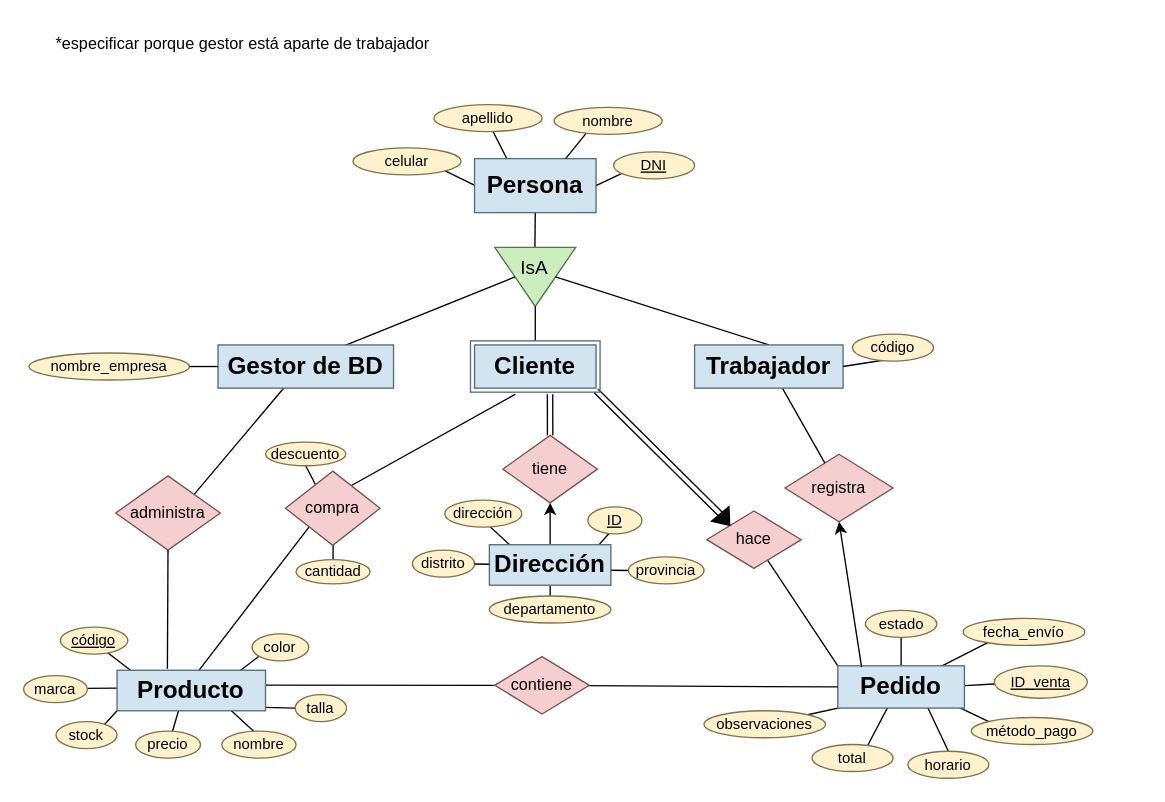
The draw.io diagram Diagrama sin título.drawio in flaqq0/yoc, before the edit. Source tidied: cells renumbered, new cells numbered last; positions are measured from the earlier drawing's top-left corner, leaving out a move shared by most shapes. Both pictures are drawn from the tidied source at 135%, with x=0, y=0 at pixel (23, 23).
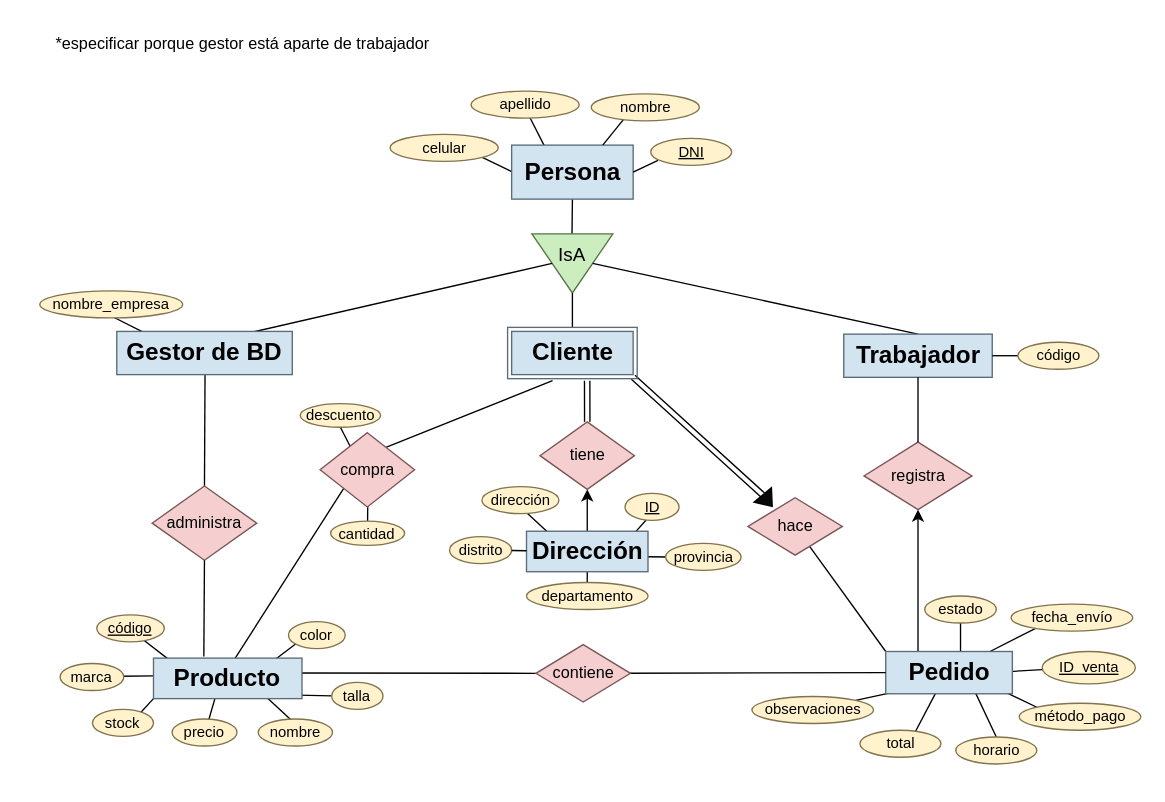
The same diagram, later.

Unchanged cells that the change refers to:
```xml
<mxCell id="58" value="&lt;span style=&quot;font-size: 18px;&quot;&gt;&lt;b&gt;Pedido&lt;/b&gt;&lt;/span&gt;" style="rounded=0;whiteSpace=wrap;html=1;fillColor=#d2e4f0;strokeColor=#5a6c78;shadow=0;" parent="57" vertex="1">
  <mxGeometry x="3.1" y="2.3" width="93.8" height="31.3" as="geometry" />
</mxCell>
```

What changed in the source:
```diff
@@
+    <mxCell id="91" style="endArrow=classic;html=1;rounded=0;entryX=0.5;entryY=1;entryDx=0;entryDy=0;" parent="1" edge="1" target="47">
+      <mxGeometry relative="1" as="geometry">
+        <mxPoint x="662.5" y="465" as="sourcePoint" />
+      </mxGeometry>
+    </mxCell>
+    <mxCell id="54" style="endArrow=none;html=1;rounded=0;entryX=0.482;entryY=0.883;entryDx=0;entryDy=0;exitX=0.173;exitY=0.063;exitDx=0;exitDy=0;entryPerimeter=0;exitPerimeter=0;" parent="1" edge="1" source="43" target="53">
+      <mxGeometry relative="1" as="geometry" />
+    </mxCell>
-    <mxCell id="2" style="endArrow=none;html=1;rounded=0;exitX=1;exitY=0;exitDx=0;exitDy=0;entryX=0.4;entryY=0.875;entryDx=0;entryDy=0;entryPerimeter=0;" parent="1" edge="1" source="45" target="43">
+    <mxCell id="2" style="endArrow=none;html=1;rounded=0;exitX=0.5;exitY=0;exitDx=0;exitDy=0;entryX=0.503;entryY=0.927;entryDx=0;entryDy=0;entryPerimeter=0;" parent="1" edge="1" source="45" target="43">
       <mxGeometry relative="1" as="geometry" />
     </mxCell>
@@
-    <mxCell id="18" style="endArrow=none;html=1;rounded=0;exitX=0.5;exitY=0;exitDx=0;exitDy=0;entryX=0.5;entryY=1;entryDx=0;entryDy=0;" parent="1" edge="1" source="58" target="68">
-      <mxGeometry relative="1" as="geometry" />
+    <mxCell id="18" style="endArrow=none;html=1;rounded=0;exitX=0.5;exitY=0;exitDx=0;exitDy=0;entryX=0.5;entryY=1;entryDx=0;entryDy=0;" parent="1" edge="1" target="68">
+      <mxGeometry relative="1" as="geometry">
+        <mxPoint x="694" y="465.1" as="sourcePoint" />
+      </mxGeometry>
     </mxCell>
@@
     <mxCell id="31" value="&lt;font style=&quot;font-size: 18px;&quot;&gt;&lt;b&gt;Persona&lt;/b&gt;&lt;/font&gt;" style="rounded=0;whiteSpace=wrap;html=1;fillColor=#d2e4f0;strokeColor=#5a6c78;shadow=0;" parent="1" vertex="1">
-      <mxGeometry x="334" y="100" width="90" height="40" as="geometry" />
+      <mxGeometry x="361.5" y="90" width="90" height="40" as="geometry" />
     </mxCell>
@@
     <mxCell id="33" value="&lt;u&gt;&lt;font style=&quot;font-size: 11px;&quot;&gt;DNI&lt;/font&gt;&lt;/u&gt;" style="ellipse;whiteSpace=wrap;html=1;fillColor=#FFF2CC;strokeColor=#80734D;" parent="1" vertex="1">
-      <mxGeometry x="437" y="95" width="60" height="20" as="geometry" />
+      <mxGeometry x="464.5" y="85" width="60" height="20" as="geometry" />
     </mxCell>
     <mxCell id="34" value="&lt;font style=&quot;font-size: 11px;&quot;&gt;celular&lt;/font&gt;" style="ellipse;whiteSpace=wrap;html=1;fillColor=#fff2cc;strokeColor=#80734d;" parent="1" vertex="1">
-      <mxGeometry x="244" y="92" width="80" height="20" as="geometry" />
+      <mxGeometry x="271.5" y="82" width="80" height="20" as="geometry" />
     </mxCell>
@@
     <mxCell id="36" value="&lt;font style=&quot;font-size: 11px;&quot;&gt;nombre&lt;/font&gt;" style="ellipse;whiteSpace=wrap;html=1;fillColor=#FFF2CC;strokeColor=#80734D;" parent="1" vertex="1">
-      <mxGeometry x="393" y="62" width="80" height="20" as="geometry" />
+      <mxGeometry x="420.5" y="52" width="80" height="20" as="geometry" />
     </mxCell>
     <mxCell id="37" value="&lt;font style=&quot;font-size: 11px;&quot;&gt;apellido&lt;/font&gt;" style="ellipse;whiteSpace=wrap;html=1;fillColor=#FFF2CC;strokeColor=#80734D;" parent="1" vertex="1">
-      <mxGeometry x="304" y="60" width="80" height="20" as="geometry" />
+      <mxGeometry x="331.5" y="50" width="80" height="20" as="geometry" />
     </mxCell>
     <mxCell id="38" style="triangle;whiteSpace=wrap;html=1;rotation=90;fillColor=#ccedbe;strokeColor=#557748;" parent="1" vertex="1">
-      <mxGeometry x="357.1" y="157.6" width="43.8" height="60" as="geometry" />
+      <mxGeometry x="384.6" y="147.6" width="43.8" height="60" as="geometry" />
     </mxCell>
     <mxCell id="39" value="&lt;font style=&quot;font-size: 14px;&quot;&gt;IsA&lt;/font&gt;" style="text;html=1;align=center;verticalAlign=middle;strokeColor=none;fillColor=none;" parent="1" vertex="1">
-      <mxGeometry x="358" y="166" width="40" height="30" as="geometry" />
+      <mxGeometry x="385.5" y="156" width="40" height="30" as="geometry" />
     </mxCell>
@@
     <mxCell id="43" value="&lt;font style=&quot;font-size: 18px;&quot;&gt;&lt;b&gt;Gestor de BD&lt;/b&gt;&lt;/font&gt;" style="rounded=0;whiteSpace=wrap;html=1;fillColor=#d2e4f0;strokeColor=#5a6c78;shadow=0;" parent="1" vertex="1">
-      <mxGeometry x="144" y="238" width="130" height="32" as="geometry" />
+      <mxGeometry x="69" y="228" width="130" height="32" as="geometry" />
     </mxCell>
     <mxCell id="44" value="&lt;span style=&quot;font-size: 18px;&quot;&gt;&lt;b&gt;Trabajador&lt;/b&gt;&lt;/span&gt;" style="rounded=0;whiteSpace=wrap;html=1;fillColor=#d2e4f0;strokeColor=#5a6c78;shadow=0;" parent="1" vertex="1">
-      <mxGeometry x="497" y="238" width="110" height="32" as="geometry" />
+      <mxGeometry x="607.5" y="230" width="110" height="32" as="geometry" />
     </mxCell>
     <mxCell id="45" value="administra" style="rhombus;whiteSpace=wrap;html=1;fillColor=#F5CFCF;strokeColor=#7B5555;" parent="1" vertex="1">
-      <mxGeometry x="68.2" y="335" width="77.5" height="55" as="geometry" />
+      <mxGeometry x="95.2" y="342.5" width="77.5" height="55" as="geometry" />
     </mxCell>
     <mxCell id="46" value="compra" style="rhombus;whiteSpace=wrap;html=1;fillColor=#F5CFCF;strokeColor=#7B5555;" parent="1" vertex="1">
-      <mxGeometry x="194" y="331.5" width="70" height="55" as="geometry" />
+      <mxGeometry x="219.6" y="303" width="70" height="55" as="geometry" />
     </mxCell>
     <mxCell id="47" value="registra" style="rhombus;whiteSpace=wrap;html=1;fillColor=#F5CFCF;strokeColor=#7B5555;" parent="1" vertex="1">
-      <mxGeometry x="564" y="319" width="80" height="50" as="geometry" />
+      <mxGeometry x="622.5" y="310" width="80" height="50" as="geometry" />
     </mxCell>
     <mxCell id="48" value="tiene" style="rhombus;whiteSpace=wrap;html=1;fillColor=#F5CFCF;strokeColor=#7B5555;" parent="1" vertex="1">
-      <mxGeometry x="355" y="305" width="70" height="50" as="geometry" />
+      <mxGeometry x="382.5" y="295" width="70" height="50" as="geometry" />
     </mxCell>
     <mxCell id="49" value="&lt;font style=&quot;font-size: 18px;&quot;&gt;&lt;b&gt;Producto&lt;/b&gt;&lt;/font&gt;" style="rounded=0;whiteSpace=wrap;html=1;fillColor=#d2e4f0;strokeColor=#5a6c78;shadow=0;" parent="1" vertex="1">
-      <mxGeometry x="69.2" y="479" width="110" height="30" as="geometry" />
+      <mxGeometry x="96.2" y="470" width="110" height="30" as="geometry" />
     </mxCell>
@@
     <mxCell id="51" value="&lt;font style=&quot;font-size: 18px;&quot;&gt;&lt;b&gt;Dirección&lt;/b&gt;&lt;/font&gt;" style="rounded=0;whiteSpace=wrap;html=1;fillColor=#d2e4f0;strokeColor=#5a6c78;shadow=0;" parent="1" vertex="1">
-      <mxGeometry x="345" y="386" width="90" height="30" as="geometry" />
+      <mxGeometry x="372.5" y="376" width="90" height="30" as="geometry" />
     </mxCell>
-    <mxCell id="52" style="endArrow=none;html=1;rounded=0;exitX=1;exitY=0.5;exitDx=0;exitDy=0;entryX=0.415;entryY=0.948;entryDx=0;entryDy=0;entryPerimeter=0;" parent="1" edge="1" source="44" target="62">
+    <mxCell id="52" style="endArrow=none;html=1;rounded=0;exitX=1;exitY=0.5;exitDx=0;exitDy=0;" parent="1" edge="1" source="44" target="62">
       <mxGeometry relative="1" as="geometry" />
     </mxCell>
     <mxCell id="53" value="&lt;font style=&quot;font-size: 11px;&quot;&gt;nombre_empresa&lt;/font&gt;" style="ellipse;whiteSpace=wrap;html=1;fillColor=#FFF2CC;strokeColor=#80734D;" parent="1" vertex="1">
-      <mxGeometry x="4" y="244" width="118.8" height="20" as="geometry" />
+      <mxGeometry x="12" y="198" width="105.8" height="20" as="geometry" />
     </mxCell>
-    <mxCell id="54" style="endArrow=none;html=1;rounded=0;entryX=1;entryY=0.5;entryDx=0;entryDy=0;exitX=0;exitY=0.5;exitDx=0;exitDy=0;" parent="1" edge="1" source="43" target="53">
-      <mxGeometry relative="1" as="geometry" />
-    </mxCell>
@@
     <mxCell id="57" style="group;" parent="1" vertex="1">
-      <mxGeometry x="600" y="473.4" width="100" height="36" as="geometry" />
+      <mxGeometry x="635.5" y="462.8" width="100" height="36" as="geometry" />
     </mxCell>
@@
-    <mxCell id="59" style="endArrow=none;html=1;rounded=0;entryX=0.594;entryY=1.017;entryDx=0;entryDy=0;entryPerimeter=0;" parent="1" edge="1" source="47" target="44">
+    <mxCell id="59" style="endArrow=none;html=1;rounded=0;entryX=0.5;entryY=1;entryDx=0;entryDy=0;" parent="1" edge="1" source="47" target="44">
       <mxGeometry relative="1" as="geometry" />
     </mxCell>
     <mxCell id="60" value="&lt;font style=&quot;font-size: 11px;&quot;&gt;descuento&lt;/font&gt;" style="ellipse;whiteSpace=wrap;html=1;fillColor=#FFF2CC;strokeColor=#80734D;" parent="1" vertex="1">
-      <mxGeometry x="179.2" y="310" width="59.5" height="17.5" as="geometry" />
+      <mxGeometry x="204.9" y="281.5" width="59.5" height="17.5" as="geometry" />
     </mxCell>
     <mxCell id="61" value="&lt;font style=&quot;font-size: 11px;&quot;&gt;cantidad&lt;/font&gt;" style="ellipse;whiteSpace=wrap;html=1;fillColor=#FFF2CC;strokeColor=#80734D;" parent="1" vertex="1">
-      <mxGeometry x="201.8" y="397" width="54.8" height="18" as="geometry" />
+      <mxGeometry x="227.4" y="368.5" width="54.8" height="18" as="geometry" />
     </mxCell>
     <mxCell id="62" value="&lt;font style=&quot;font-size: 11px;&quot;&gt;código&lt;/font&gt;" style="ellipse;whiteSpace=wrap;html=1;fillColor=#FFF2CC;strokeColor=#80734D;" parent="1" vertex="1">
-      <mxGeometry x="614" y="230" width="60" height="20" as="geometry" />
+      <mxGeometry x="736.5" y="236" width="60" height="20" as="geometry" />
     </mxCell>
     <mxCell id="63" value="&lt;font style=&quot;font-size: 11px;&quot;&gt;método_pago&lt;/font&gt;" style="ellipse;whiteSpace=wrap;html=1;fillColor=#FFF2CC;strokeColor=#80734D;" parent="1" vertex="1">
-      <mxGeometry x="702" y="514" width="90" height="20" as="geometry" />
+      <mxGeometry x="737.5" y="503.4" width="90" height="20" as="geometry" />
     </mxCell>
     <mxCell id="64" style="group;" parent="1" vertex="1">
-      <mxGeometry x="331" y="235" width="96" height="38" as="geometry" />
+      <mxGeometry x="358.5" y="225" width="96" height="38" as="geometry" />
     </mxCell>
@@
     <mxCell id="67" value="&lt;font style=&quot;font-size: 12px;&quot;&gt;hace&lt;/font&gt;" style="rhombus;whiteSpace=wrap;html=1;fillColor=#F5CFCF;strokeColor=#7B5555;" parent="1" vertex="1">
-      <mxGeometry x="506" y="361" width="70" height="42.5" as="geometry" />
+      <mxGeometry x="536.5" y="351.2" width="70" height="42.5" as="geometry" />
     </mxCell>
     <mxCell id="68" value="&lt;font style=&quot;font-size: 11px;&quot;&gt;estado&lt;/font&gt;" style="ellipse;whiteSpace=wrap;html=1;fillColor=#FFF2CC;strokeColor=#80734D;" parent="1" vertex="1">
-      <mxGeometry x="623.5" y="434.6" width="53" height="20" as="geometry" />
+      <mxGeometry x="667.5" y="424" width="53" height="20" as="geometry" />
     </mxCell>
     <mxCell id="69" value="&lt;font style=&quot;font-size: 11px;&quot;&gt;ID_venta&lt;/font&gt;" style="ellipse;whiteSpace=wrap;html=1;fillColor=#FFF2CC;strokeColor=#80734D;fontStyle=4;" parent="1" vertex="1">
-      <mxGeometry x="719" y="475.7" width="69" height="24" as="geometry" />
+      <mxGeometry x="754.5" y="465.1" width="69" height="24" as="geometry" />
     </mxCell>
-    <mxCell id="70" style="endArrow=none;html=1;rounded=0;entryX=0;entryY=0.5;entryDx=0;entryDy=0;exitX=0.936;exitY=0.506;exitDx=0;exitDy=0;exitPerimeter=0;" parent="1" edge="1" source="71" target="58">
+    <mxCell id="70" style="endArrow=none;html=1;rounded=0;entryX=0;entryY=0.5;entryDx=0;entryDy=0;exitX=0.935;exitY=0.498;exitDx=0;exitDy=0;exitPerimeter=0;" parent="1" edge="1" source="71" target="58">
       <mxGeometry relative="1" as="geometry" />
     </mxCell>
     <mxCell id="71" value="&lt;font style=&quot;font-size: 12px;&quot;&gt;contiene&lt;/font&gt;" style="rhombus;whiteSpace=wrap;html=1;fillColor=#F5CFCF;strokeColor=#7B5555;" parent="1" vertex="1">
-      <mxGeometry x="349" y="468.9" width="70" height="42.5" as="geometry" />
+      <mxGeometry x="379.5" y="460" width="70" height="42.5" as="geometry" />
     </mxCell>
@@
     <mxCell id="73" value="&lt;font style=&quot;font-size: 11px;&quot;&gt;&lt;u&gt;ID&lt;/u&gt;&lt;/font&gt;" style="ellipse;whiteSpace=wrap;html=1;fillColor=#FFF2CC;strokeColor=#80734D;" parent="1" vertex="1">
-      <mxGeometry x="418" y="358" width="40" height="20" as="geometry" />
+      <mxGeometry x="445.5" y="348" width="40" height="20" as="geometry" />
     </mxCell>
@@
     <mxCell id="75" value="&lt;font style=&quot;font-size: 11px;&quot;&gt;departamento&lt;/font&gt;" style="ellipse;whiteSpace=wrap;html=1;fillColor=#FFF2CC;strokeColor=#80734D;" parent="1" vertex="1">
-      <mxGeometry x="345" y="424" width="90" height="20" as="geometry" />
+      <mxGeometry x="372.5" y="414" width="90" height="20" as="geometry" />
     </mxCell>
     <mxCell id="76" value="&lt;span style=&quot;font-size: 11px;&quot;&gt;provincia&lt;/span&gt;" style="ellipse;whiteSpace=wrap;html=1;fillColor=#FFF2CC;strokeColor=#80734D;" parent="1" vertex="1">
-      <mxGeometry x="448" y="395" width="56" height="20" as="geometry" />
+      <mxGeometry x="475.5" y="385" width="56" height="20" as="geometry" />
     </mxCell>
     <mxCell id="77" value="&lt;font style=&quot;font-size: 11px;&quot;&gt;distrito&lt;/font&gt;" style="ellipse;whiteSpace=wrap;html=1;fillColor=#FFF2CC;strokeColor=#80734D;" parent="1" vertex="1">
-      <mxGeometry x="288" y="390" width="46" height="20" as="geometry" />
+      <mxGeometry x="315.5" y="380" width="46" height="20" as="geometry" />
     </mxCell>
     <mxCell id="78" value="&lt;font style=&quot;font-size: 11px;&quot;&gt;dirección&lt;/font&gt;" style="ellipse;whiteSpace=wrap;html=1;fillColor=#FFF2CC;strokeColor=#80734D;" parent="1" vertex="1">
-      <mxGeometry x="312" y="353" width="57" height="20" as="geometry" />
+      <mxGeometry x="339.5" y="343" width="57" height="20" as="geometry" />
     </mxCell>
@@
     <mxCell id="80" value="&lt;font style=&quot;font-size: 11px;&quot;&gt;observaciones&lt;/font&gt;" style="ellipse;whiteSpace=wrap;html=1;fillColor=#FFF2CC;strokeColor=#80734D;" parent="1" vertex="1">
-      <mxGeometry x="504" y="509" width="90" height="20" as="geometry" />
+      <mxGeometry x="539.5" y="498.4" width="90" height="20" as="geometry" />
     </mxCell>
     <mxCell id="81" value="&lt;font style=&quot;font-size: 11px;&quot;&gt;horario&lt;/font&gt;" style="ellipse;whiteSpace=wrap;html=1;fillColor=#FFF2CC;strokeColor=#80734D;" parent="1" vertex="1">
-      <mxGeometry x="655" y="539" width="60" height="20" as="geometry" />
+      <mxGeometry x="690.5" y="528.4" width="60" height="20" as="geometry" />
     </mxCell>
     <mxCell id="82" value="&lt;font style=&quot;font-size: 11px;&quot;&gt;fecha_envío&lt;/font&gt;" style="ellipse;whiteSpace=wrap;html=1;fillColor=#FFF2CC;strokeColor=#80734D;" parent="1" vertex="1">
-      <mxGeometry x="696" y="440.6" width="90" height="20" as="geometry" />
+      <mxGeometry x="731.5" y="430" width="90" height="20" as="geometry" />
     </mxCell>
     <mxCell id="83" value="&lt;font style=&quot;font-size: 11px;&quot;&gt;&lt;u&gt;código&lt;/u&gt;&lt;/font&gt;" style="ellipse;whiteSpace=wrap;html=1;fillColor=#FFF2CC;strokeColor=#80734D;" parent="1" vertex="1">
-      <mxGeometry x="27.2" y="447" width="50" height="20" as="geometry" />
+      <mxGeometry x="54.2" y="438" width="50" height="20" as="geometry" />
     </mxCell>
     <mxCell id="84" value="&lt;font style=&quot;font-size: 11px;&quot;&gt;color&lt;/font&gt;" style="ellipse;whiteSpace=wrap;html=1;fillColor=#FFF2CC;strokeColor=#80734D;" parent="1" vertex="1">
-      <mxGeometry x="169.2" y="452" width="42" height="20" as="geometry" />
+      <mxGeometry x="196.2" y="443" width="42" height="20" as="geometry" />
     </mxCell>
     <mxCell id="85" value="&lt;font style=&quot;font-size: 11px;&quot;&gt;talla&lt;/font&gt;" style="ellipse;whiteSpace=wrap;html=1;fillColor=#FFF2CC;strokeColor=#80734D;" parent="1" vertex="1">
-      <mxGeometry x="201.2" y="497" width="38" height="20" as="geometry" />
+      <mxGeometry x="228.2" y="488" width="38" height="20" as="geometry" />
     </mxCell>
     <mxCell id="86" value="&lt;font style=&quot;font-size: 11px;&quot;&gt;nombre&lt;/font&gt;" style="ellipse;whiteSpace=wrap;html=1;fillColor=#FFF2CC;strokeColor=#80734D;" parent="1" vertex="1">
-      <mxGeometry x="146.8" y="524.1" width="55" height="20" as="geometry" />
+      <mxGeometry x="173.8" y="515.1" width="55" height="20" as="geometry" />
     </mxCell>
     <mxCell id="87" value="&lt;font style=&quot;font-size: 11px;&quot;&gt;precio&lt;/font&gt;" style="ellipse;whiteSpace=wrap;html=1;fillColor=#FFF2CC;strokeColor=#80734D;" parent="1" vertex="1">
-      <mxGeometry x="83" y="524.1" width="48" height="20" as="geometry" />
+      <mxGeometry x="110" y="515.1" width="48" height="20" as="geometry" />
     </mxCell>
     <mxCell id="88" value="&lt;font style=&quot;font-size: 11px;&quot;&gt;stock&lt;/font&gt;" style="ellipse;whiteSpace=wrap;html=1;fillColor=#FFF2CC;strokeColor=#80734D;" parent="1" vertex="1">
-      <mxGeometry x="24" y="517" width="45.2" height="20" as="geometry" />
+      <mxGeometry x="51" y="508" width="45.2" height="20" as="geometry" />
     </mxCell>
     <mxCell id="89" value="&lt;font style=&quot;font-size: 11px;&quot;&gt;marca&lt;/font&gt;" style="ellipse;whiteSpace=wrap;html=1;fillColor=#FFF2CC;strokeColor=#80734D;" parent="1" vertex="1">
-      <mxGeometry y="483" width="47.2" height="20" as="geometry" />
+      <mxGeometry x="27" y="474" width="47.2" height="20" as="geometry" />
     </mxCell>
     <mxCell id="90" style="triangle;whiteSpace=wrap;html=1;rotation=50.2;fillColor=#080808;" parent="1" vertex="1">
-      <mxGeometry x="514" y="359" width="11" height="16.8" as="geometry" />
+      <mxGeometry x="545.5" y="345" width="11" height="16.8" as="geometry" />
     </mxCell>
-    <mxCell id="91" style="endArrow=classic;html=1;rounded=0;entryX=0.5;entryY=1;entryDx=0;entryDy=0;exitX=0.188;exitY=0.033;exitDx=0;exitDy=0;exitPerimeter=0;" parent="1" edge="1" source="58" target="47">
-      <mxGeometry relative="1" as="geometry" />
-    </mxCell>
     <mxCell id="92" value="&lt;span style=&quot;font-size: 11px;&quot;&gt;total&lt;/span&gt;" style="ellipse;whiteSpace=wrap;html=1;fillColor=#FFF2CC;strokeColor=#80734D;" parent="1" vertex="1">
-      <mxGeometry x="584" y="534" width="60" height="20" as="geometry" />
+      <mxGeometry x="619.5" y="523.4" width="60" height="20" as="geometry" />
     </mxCell>
```
